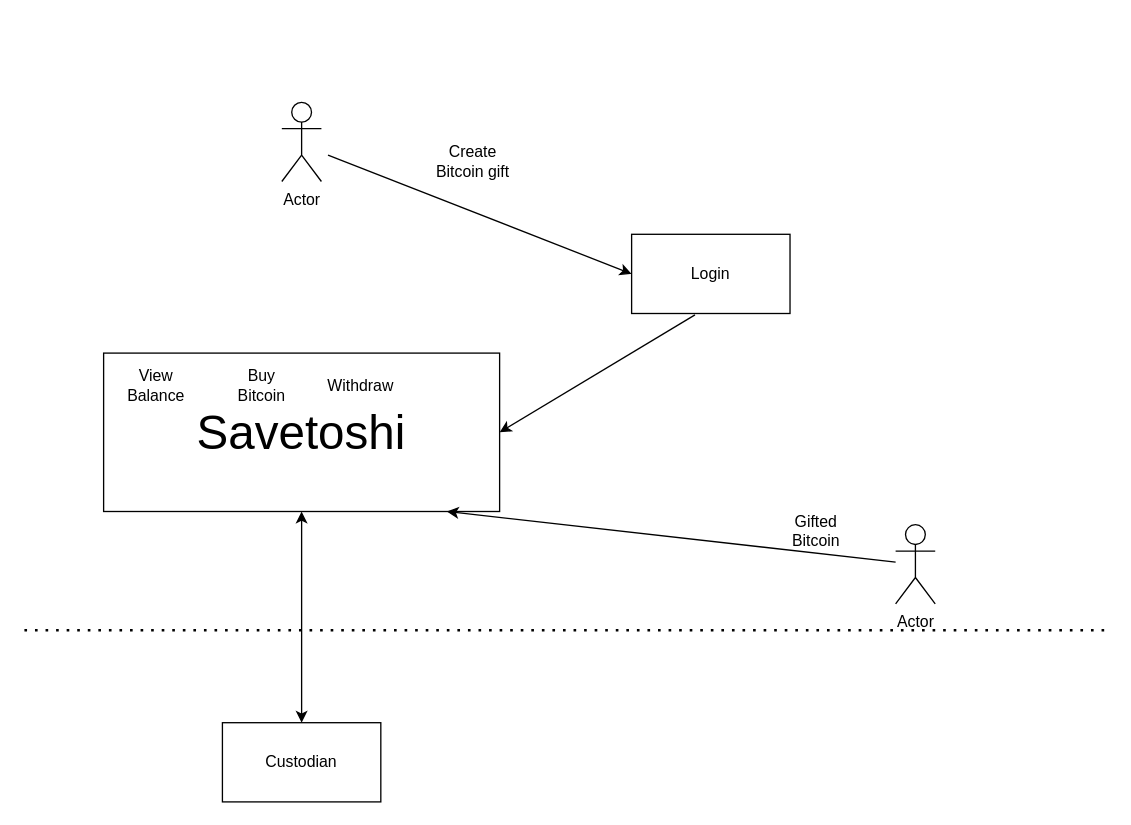
Before: SavetoshiSystemDiagram.drawio in mattwatts36/drawings, a draw.io diagram. Source tidied: cells renumbered, new cells numbered last; positions are measured from the earlier drawing's top-left corner, leaving out a move shared by most shapes. Both pictures are drawn from the tidied source at 132%, with x=0, y=0 at pixel (24, 102).
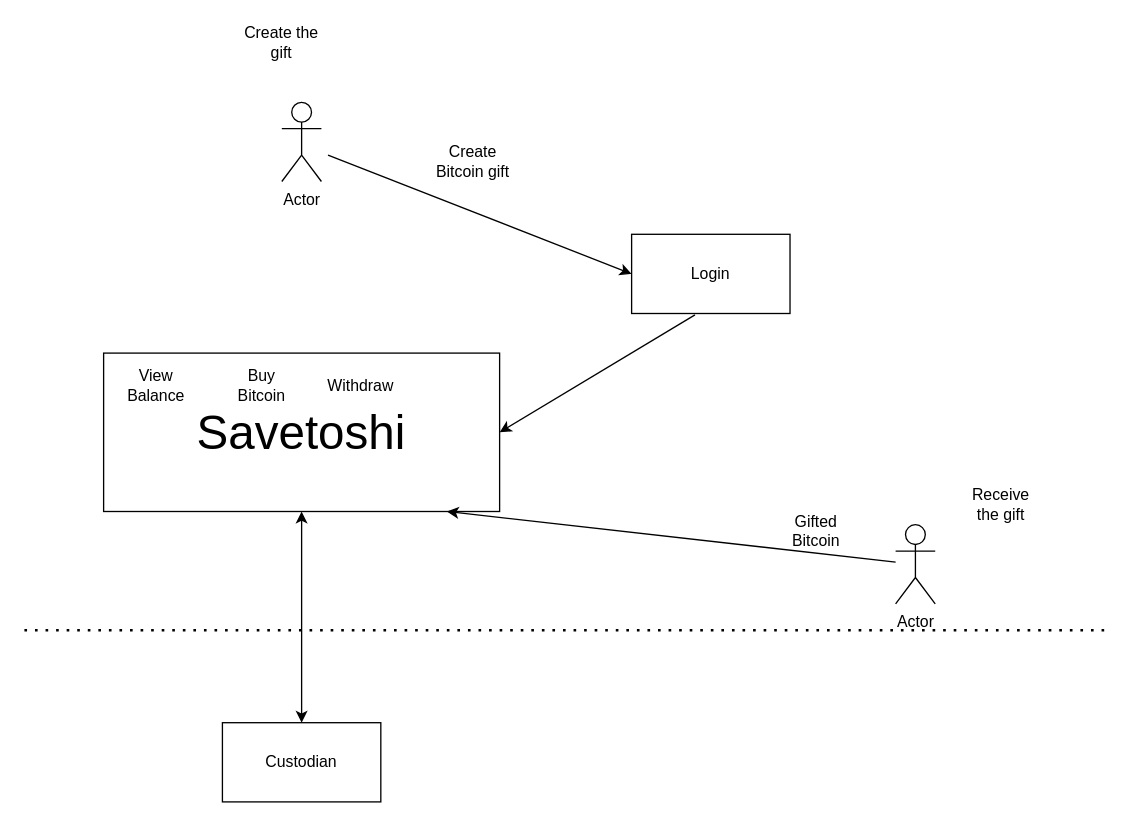
The same page after the edit.

Commit message:
added gifted receive

Diff of the diagram source:
```diff
@@
+    <mxCell id="17" value="Create the gift" style="text;html=1;strokeColor=none;fillColor=none;align=center;verticalAlign=middle;whiteSpace=wrap;rounded=0;" parent="1" vertex="1">
+      <mxGeometry x="165" y="-60" width="60" height="30" as="geometry" />
+    </mxCell>
+    <mxCell id="18" value="Receive the gift" style="text;html=1;strokeColor=none;fillColor=none;align=center;verticalAlign=middle;whiteSpace=wrap;rounded=0;" parent="1" vertex="1">
+      <mxGeometry x="710" y="290" width="60" height="30" as="geometry" />
+    </mxCell>
```
